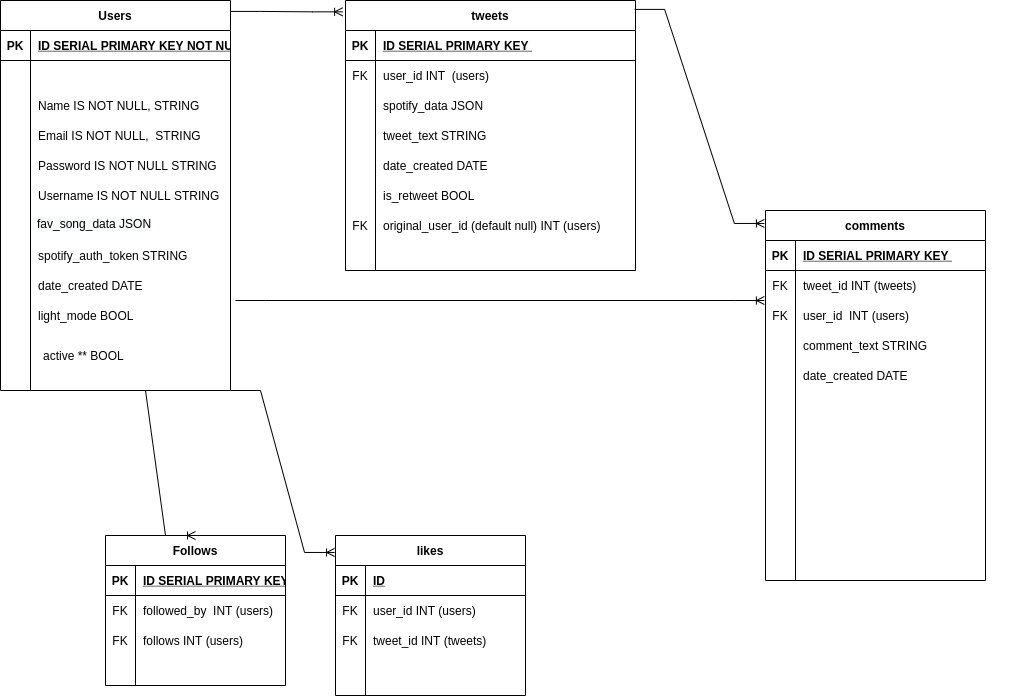
wagabooga/Spotter keeps this draw.io diagram as planning/Spotter-ERD.drawio.png. Above is the earlier version. Source tidied: cells renumbered, new cells last; positions are measured from the earlier drawing's top-left corner, leaving out a move shared by most shapes.
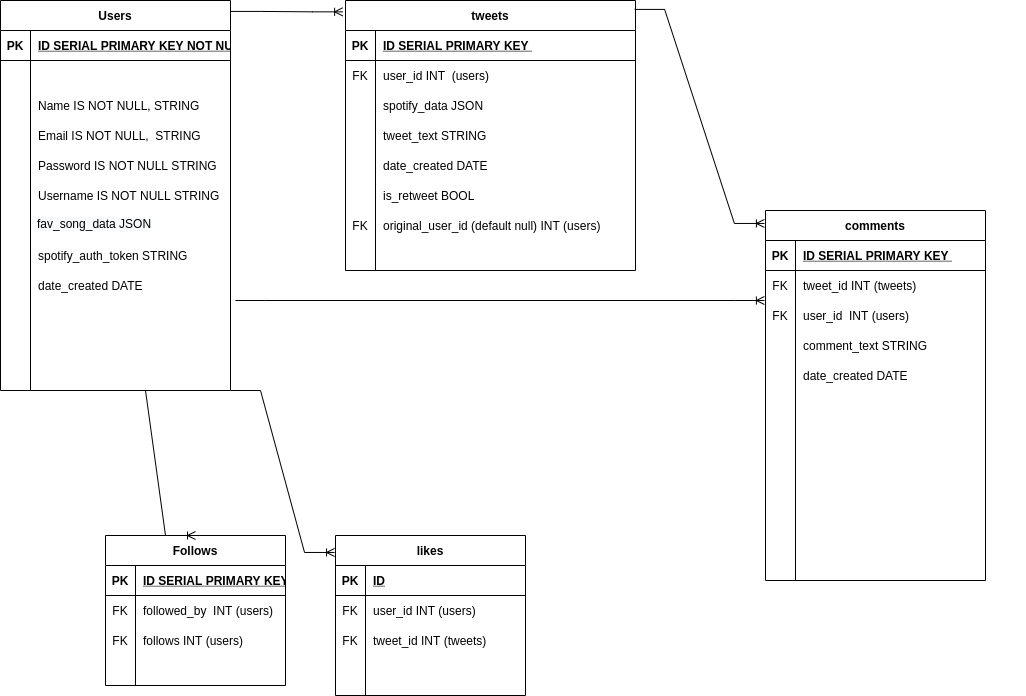
Above is the later version.

Diff of the diagram source:
```diff
@@ -341,24 +341,6 @@
     <mxCell id="114" value="date_created DATE" style="shape=partialRectangle;fillColor=none;top=0;left=0;bottom=0;right=0;align=left;spacingLeft=6;overflow=hidden;" parent="1" vertex="1">
       <mxGeometry x="30" y="270" width="150" height="30" as="geometry" />
     </mxCell>
-    <mxCell id="115" style="shape=partialRectangle;fillColor=none;top=0;left=0;bottom=0;right=0;" parent="1" vertex="1">
-      <mxGeometry x="5" y="340" width="180" height="30" as="geometry" />
-    </mxCell>
-    <mxCell id="116" style="shape=partialRectangle;fillColor=none;top=0;left=0;bottom=0;right=0;overflow=hidden;" parent="115" vertex="1">
-      <mxGeometry width="30" height="30" as="geometry" />
-    </mxCell>
-    <mxCell id="117" value="active ** BOOL" style="shape=partialRectangle;fillColor=none;top=0;left=0;bottom=0;right=0;align=left;spacingLeft=6;overflow=hidden;" parent="115" vertex="1">
-      <mxGeometry x="30" width="150" height="30" as="geometry" />
-    </mxCell>
-    <mxCell id="118" style="shape=partialRectangle;fillColor=none;top=0;left=0;bottom=0;right=0;" parent="1" vertex="1">
-      <mxGeometry y="300" width="180" height="30" as="geometry" />
-    </mxCell>
-    <mxCell id="119" style="shape=partialRectangle;fillColor=none;top=0;left=0;bottom=0;right=0;overflow=hidden;" parent="118" vertex="1">
-      <mxGeometry width="30" height="30" as="geometry" />
-    </mxCell>
-    <mxCell id="120" value="light_mode BOOL" style="shape=partialRectangle;fillColor=none;top=0;left=0;bottom=0;right=0;align=left;spacingLeft=6;overflow=hidden;" parent="118" vertex="1">
-      <mxGeometry x="30" width="150" height="30" as="geometry" />
-    </mxCell>
     <mxCell id="121" style="edgeStyle=entityRelationEdgeStyle;fontSize=12;html=1;endArrow=ERoneToMany;rounded=0;exitX=0.5;exitY=1;exitDx=0;exitDy=0;entryX=0.5;entryY=0;entryDx=0;entryDy=0;" parent="1" edge="1" source="2" target="101">
       <mxGeometry relative="1" as="geometry" />
     </mxCell>
```
